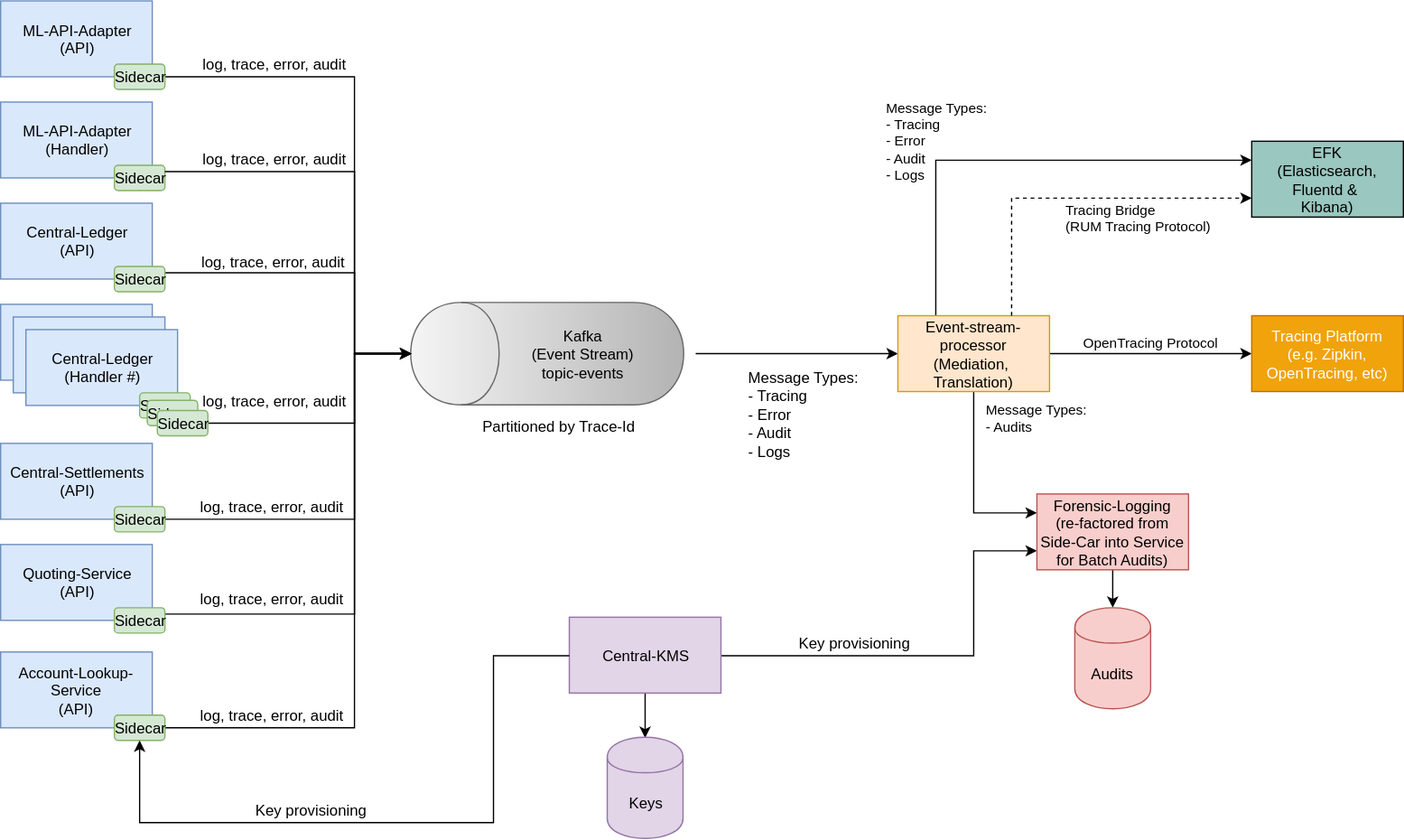
mojaloop/documentation keeps this draw.io diagram as mojaloop-technical-overview/event-framework/assets/diagrams/architecture/architecture-event-framework.svg. Above is the earlier version. Source tidied: cells renumbered, new cells last; positions are measured from the earlier drawing's top-left corner, leaving out a move shared by most shapes.
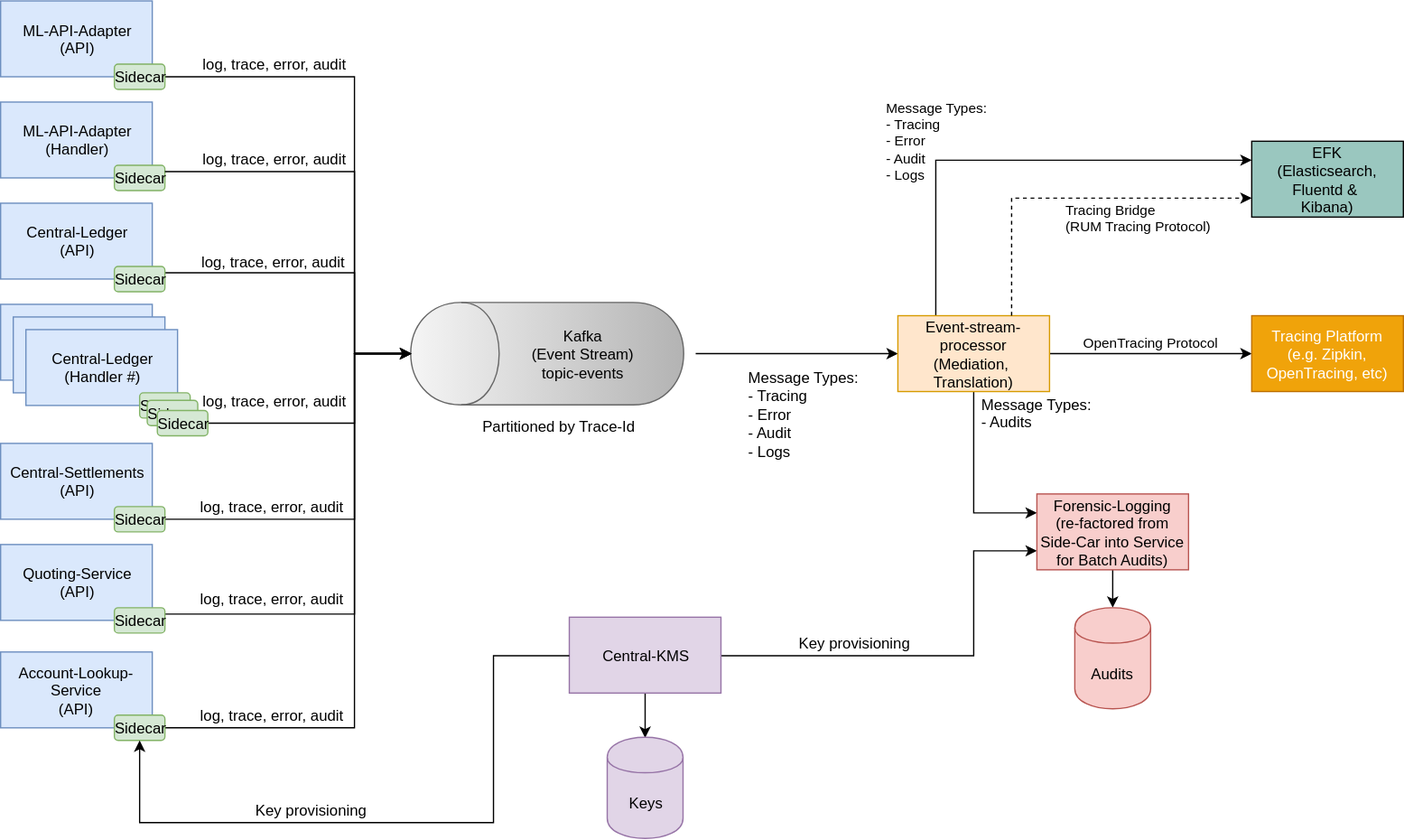
Above is the later version.

Commit message:
minor formating fix to event framework arch diag

Change to the diagram source:
```diff
@@ -37,7 +37,7 @@
     <mxCell id="11" value="Account-Lookup-Service&lt;br&gt;(API)&lt;br&gt;" style="rounded=0;whiteSpace=wrap;html=1;fillColor=#dae8fc;strokeColor=#6c8ebf;" parent="1" vertex="1">
       <mxGeometry y="515" width="120" height="60" as="geometry" />
     </mxCell>
-    <mxCell id="12" value="&lt;div style=&quot;text-align: left&quot;&gt;Message Types:&lt;/div&gt;&lt;div style=&quot;text-align: left&quot;&gt;- Audits&lt;/div&gt;" style="edgeStyle=orthogonalEdgeStyle;rounded=0;jettySize=auto;html=1;exitX=0.5;exitY=1;exitDx=0;exitDy=0;entryX=0;entryY=0.25;entryDx=0;entryDy=0;" parent="1" edge="1" source="47" target="40">
+    <mxCell id="12" value="&lt;div style=&quot;text-align: left&quot;&gt;&lt;br&gt;&lt;/div&gt;" style="edgeStyle=orthogonalEdgeStyle;rounded=0;jettySize=auto;html=1;exitX=0.5;exitY=1;exitDx=0;exitDy=0;entryX=0;entryY=0.25;entryDx=0;entryDy=0;" parent="1" edge="1" source="47" target="40">
       <mxGeometry x="1" y="75" relative="1" as="geometry">
         <Array as="points">
           <mxPoint x="770" y="405" />
@@ -261,5 +261,8 @@
     <mxCell id="63" value="Message Types:&lt;br&gt;- Tracing&lt;br&gt;- Error&lt;br&gt;- Audit&lt;br&gt;- Logs" style="text;html=1;" parent="1" vertex="1">
       <mxGeometry x="590" y="285" width="260" height="30" as="geometry" />
     </mxCell>
+    <mxCell id="64" value="&lt;div style=&quot;text-align: left&quot;&gt;&lt;div&gt;Message Types:&lt;/div&gt;&lt;div&gt;- Audits&lt;/div&gt;&lt;/div&gt;" style="text;html=1;strokeColor=none;fillColor=none;align=center;verticalAlign=middle;whiteSpace=wrap;rounded=0;" parent="1" vertex="1">
+      <mxGeometry x="725" y="316" width="190" height="20" as="geometry" />
+    </mxCell>
   </root>
 </mxGraphModel>
```
